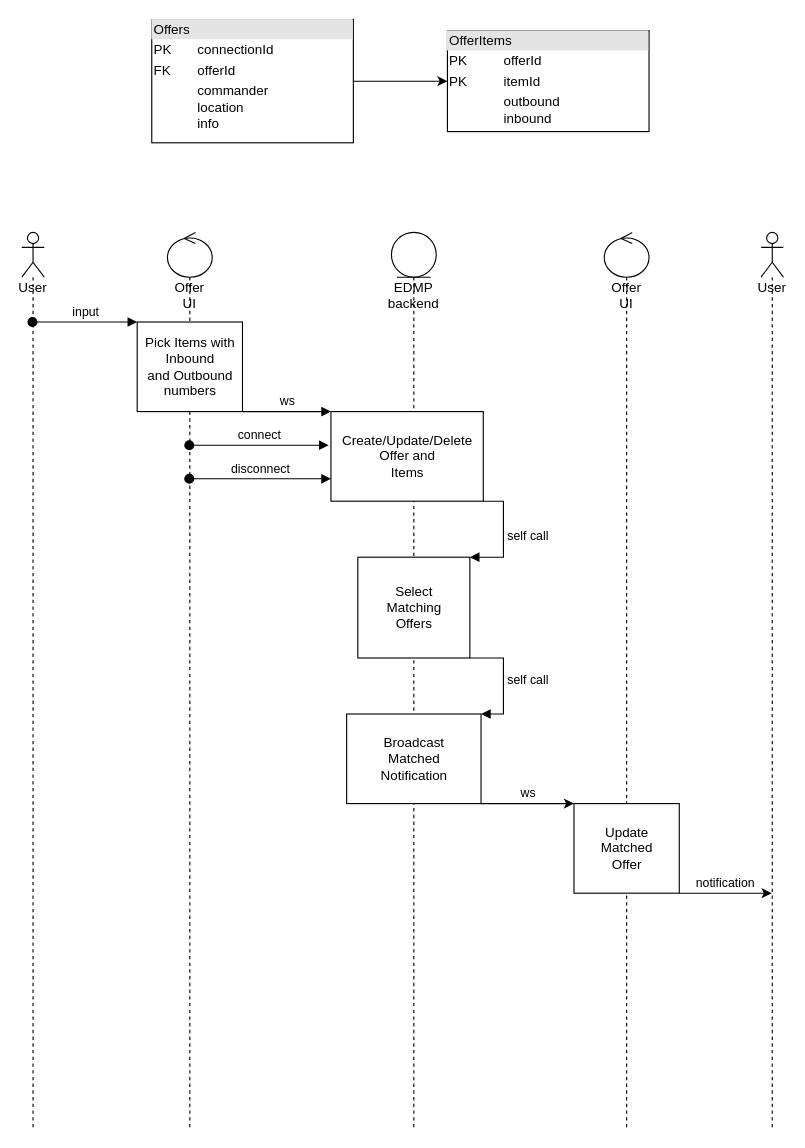
Earlier version of the draw.io diagram page "Instant trade" (3 of 3) of specs/Overview.drawio (cptn-solo/edmarketplace). Source tidied: cells renumbered, new cells numbered last; positions are measured from the earlier drawing's top-left corner, leaving out a move shared by most shapes. Both pictures are drawn from the tidied source at 112%, with x=0, y=0 at pixel (21, 19).
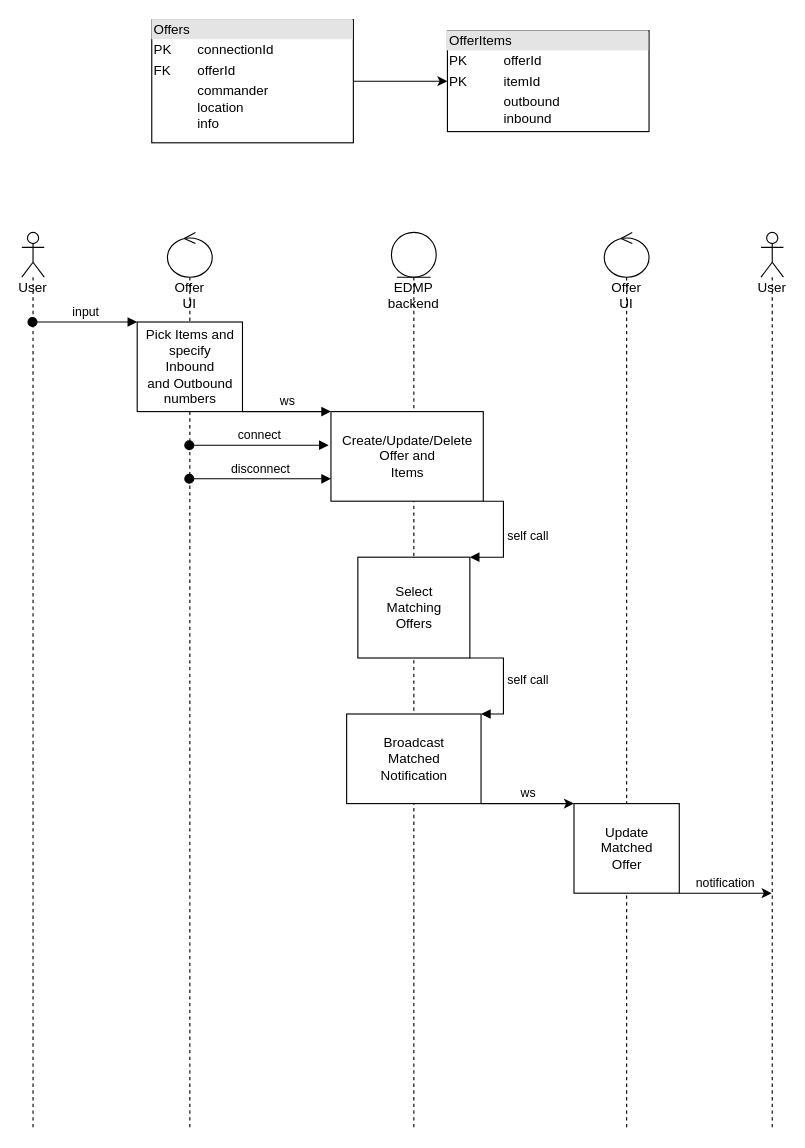
Above is the later version.

What changed in the source:
```diff
@@
-    <mxCell id="7" value="Pick Items with&lt;br&gt;Inbound&lt;br&gt;and Outbound&lt;br&gt;numbers" style="html=1;points=[];perimeter=orthogonalPerimeter;" parent="1" vertex="1">
+    <mxCell id="7" value="Pick Items and &lt;br&gt;specify&lt;br&gt;Inbound&lt;br&gt;and Outbound&lt;br&gt;numbers" style="html=1;points=[];perimeter=orthogonalPerimeter;" parent="1" vertex="1">
       <mxGeometry x="103" y="270" width="94" height="80" as="geometry" />
     </mxCell>
```
